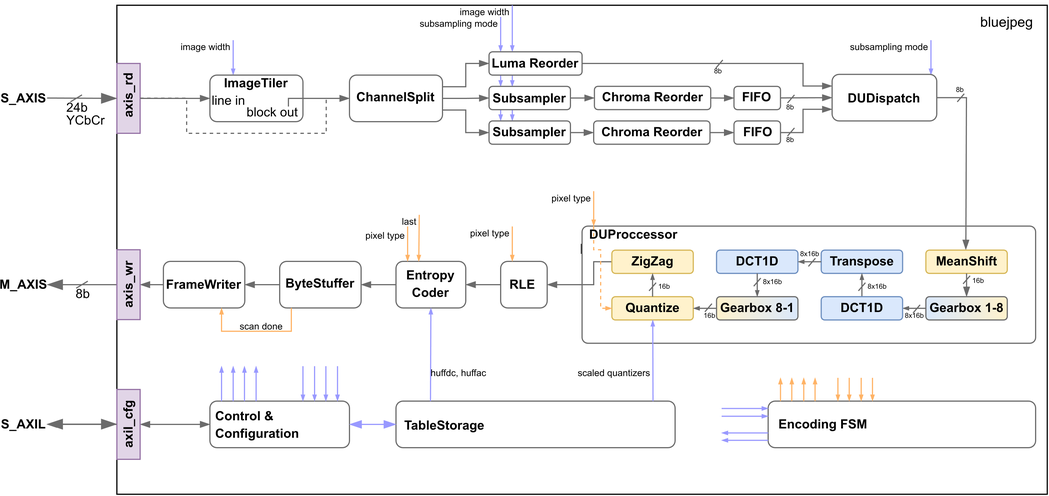
Above: assets/system.drawio.png in timksf/bluejpeg (draw.io), before the change. Source tidied: cells renumbered, new cells last; positions are measured from the earlier drawing's top-left corner, leaving out a move shared by most shapes.
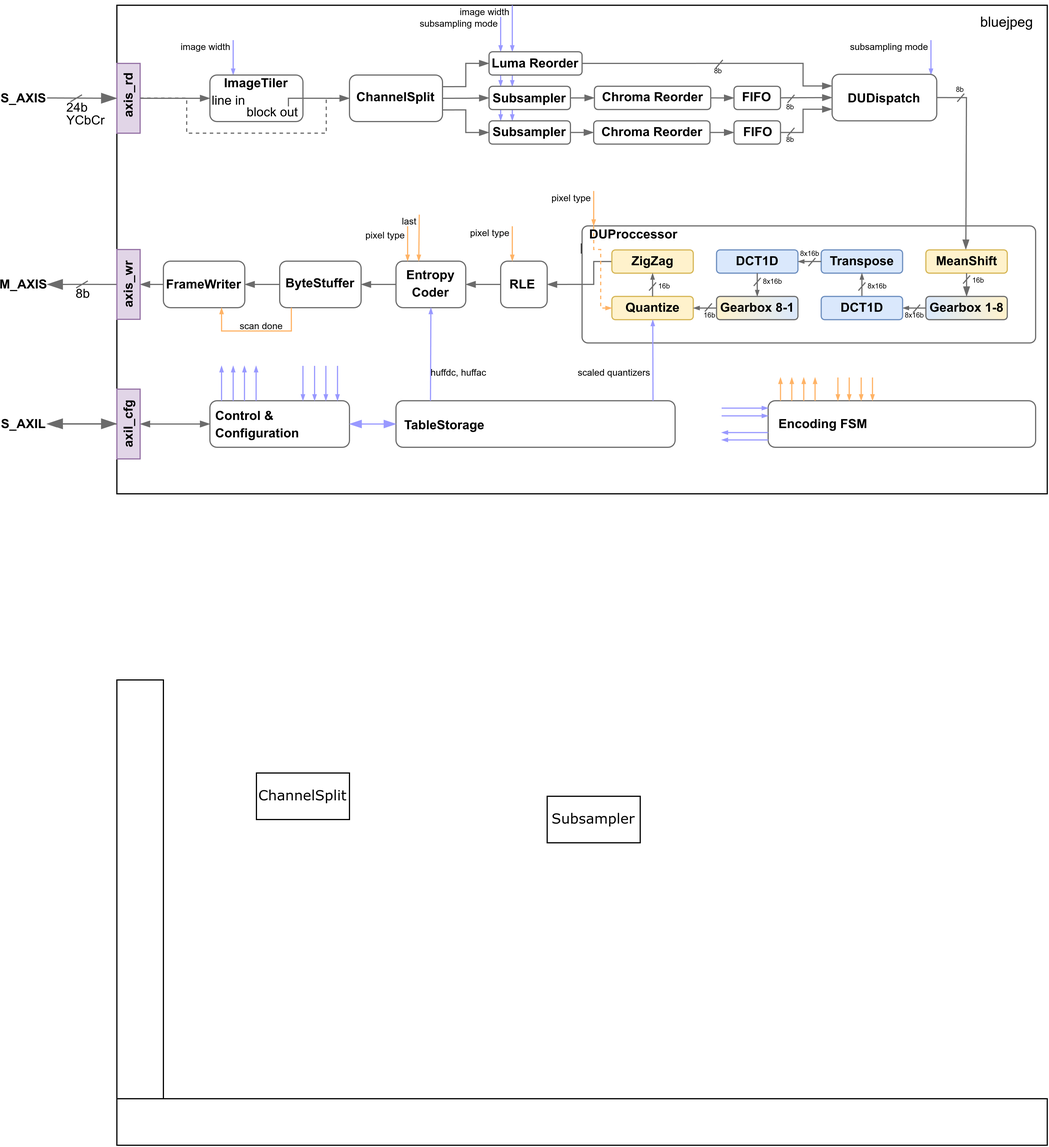
After the commit.

What changed in the source:
```diff
@@ -673,5 +673,17 @@
     <mxCell id="173" value="&lt;span style=&quot;font-size: 11px;&quot;&gt;&lt;b&gt;Chroma Reorder&lt;/b&gt;&lt;/span&gt;" style="text;html=1;align=center;verticalAlign=middle;whiteSpace=wrap;rounded=0;" parent="1" vertex="1">
       <mxGeometry x="515.6" y="74.4" width="90" height="10" as="geometry" />
     </mxCell>
+    <mxCell id="174" style="rounded=0;whiteSpace=wrap;html=1;" parent="1" vertex="1">
+      <mxGeometry x="100" y="580" width="40" height="360" as="geometry" />
+    </mxCell>
+    <mxCell id="175" value="&lt;font face=&quot;Verdana&quot;&gt;ChannelSplit&lt;/font&gt;" style="rounded=0;whiteSpace=wrap;html=1;" parent="1" vertex="1">
+      <mxGeometry x="220" y="660" width="80" height="40" as="geometry" />
+    </mxCell>
+    <mxCell id="176" value="&lt;font face=&quot;Verdana&quot;&gt;Subsampler&lt;/font&gt;" style="rounded=0;whiteSpace=wrap;html=1;" parent="1" vertex="1">
+      <mxGeometry x="470" y="680" width="80" height="40" as="geometry" />
+    </mxCell>
+    <mxCell id="177" style="rounded=0;whiteSpace=wrap;html=1;" parent="1" vertex="1">
+      <mxGeometry x="100" y="940" width="800" height="40" as="geometry" />
+    </mxCell>
   </root>
 </mxGraphModel>
```
